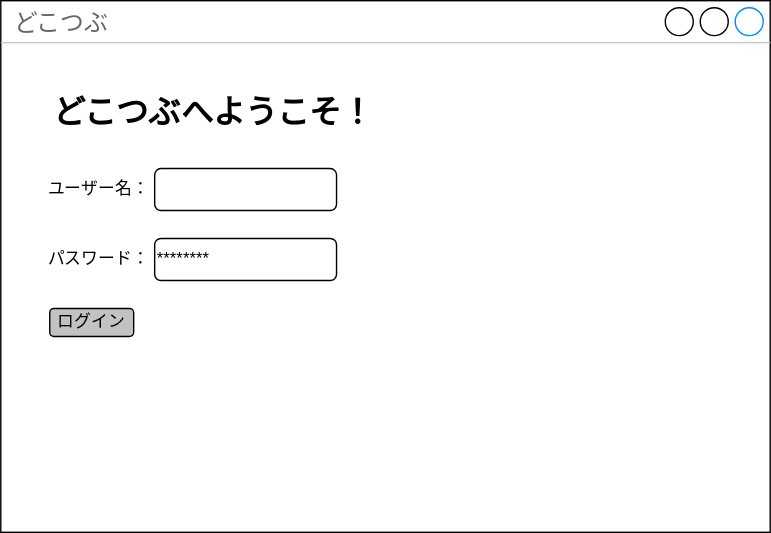
Above: Screen design document.drawio.svg in SZTTSG/sofewareEngneeringIntroduction (draw.io), before the change. Source tidied: cells renumbered, new cells last; positions are measured from the earlier drawing's top-left corner, leaving out a move shared by most shapes.
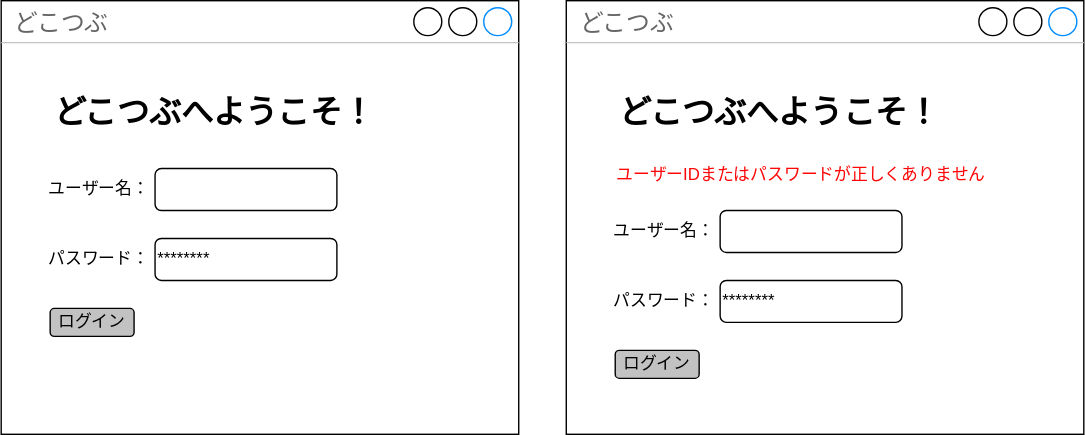
Later version of the same file.

Commit message:
Screen design document.drawio.svg を更新します

Change to the diagram source:
```diff
@@ -3,7 +3,7 @@
     <mxCell id="0" />
     <mxCell id="1" parent="0" />
     <mxCell id="2" value="どこつぶ" style="strokeWidth=1;shadow=0;dashed=0;align=center;html=1;shape=mxgraph.mockup.containers.window;align=left;verticalAlign=top;spacingLeft=8;strokeColor2=#008cff;strokeColor3=#c4c4c4;fontColor=#666666;mainText=;fontSize=17;labelBackgroundColor=none;whiteSpace=wrap;" parent="1" vertex="1">
-      <mxGeometry width="550" height="380" as="geometry" />
+      <mxGeometry width="370" height="310" as="geometry" />
     </mxCell>
     <mxCell id="3" value="ユーザー名：" style="text;html=1;align=center;verticalAlign=middle;whiteSpace=wrap;rounded=0;" parent="1" vertex="1">
       <mxGeometry x="30" y="120" width="80" height="30" as="geometry" />
@@ -23,5 +23,29 @@
     <mxCell id="8" value="********" style="rounded=1;whiteSpace=wrap;html=1;align=left;" parent="1" vertex="1">
       <mxGeometry x="110" y="170" width="130" height="30" as="geometry" />
     </mxCell>
+    <mxCell id="9" value="どこつぶ" style="strokeWidth=1;shadow=0;dashed=0;align=center;html=1;shape=mxgraph.mockup.containers.window;align=left;verticalAlign=top;spacingLeft=8;strokeColor2=#008cff;strokeColor3=#c4c4c4;fontColor=#666666;mainText=;fontSize=17;labelBackgroundColor=none;whiteSpace=wrap;" parent="1" vertex="1">
+      <mxGeometry x="404" width="370" height="310" as="geometry" />
+    </mxCell>
+    <mxCell id="10" value="&lt;font style=&quot;font-size: 23px;&quot;&gt;&lt;b&gt;どこつぶへようこそ！&lt;/b&gt;&lt;/font&gt;" style="text;html=1;align=center;verticalAlign=middle;whiteSpace=wrap;rounded=0;" parent="1" vertex="1">
+      <mxGeometry x="439" y="50" width="235" height="60" as="geometry" />
+    </mxCell>
+    <mxCell id="11" style="rounded=1;whiteSpace=wrap;html=1;" parent="1" vertex="1">
+      <mxGeometry x="514" y="150" width="130" height="30" as="geometry" />
+    </mxCell>
+    <mxCell id="12" value="ユーザー名：" style="text;html=1;align=center;verticalAlign=middle;whiteSpace=wrap;rounded=0;" parent="1" vertex="1">
+      <mxGeometry x="434" y="150" width="80" height="30" as="geometry" />
+    </mxCell>
+    <mxCell id="13" value="パスワード：" style="text;html=1;align=center;verticalAlign=middle;whiteSpace=wrap;rounded=0;" parent="1" vertex="1">
+      <mxGeometry x="434" y="200" width="80" height="30" as="geometry" />
+    </mxCell>
+    <mxCell id="14" value="********" style="rounded=1;whiteSpace=wrap;html=1;align=left;" parent="1" vertex="1">
+      <mxGeometry x="514" y="200" width="130" height="30" as="geometry" />
+    </mxCell>
+    <mxCell id="15" value="ログイン" style="rounded=1;whiteSpace=wrap;html=1;fillColor=#C2C2C2;" parent="1" vertex="1">
+      <mxGeometry x="439" y="250" width="60" height="20" as="geometry" />
+    </mxCell>
+    <mxCell id="16" value="&lt;font color=&quot;#ff0505&quot;&gt;ユーザーIDまたはパスワードが正しくありません&lt;/font&gt;" style="text;html=1;align=center;verticalAlign=middle;whiteSpace=wrap;rounded=0;" parent="1" vertex="1">
+      <mxGeometry x="434" y="110" width="276" height="30" as="geometry" />
+    </mxCell>
   </root>
 </mxGraphModel>
```
